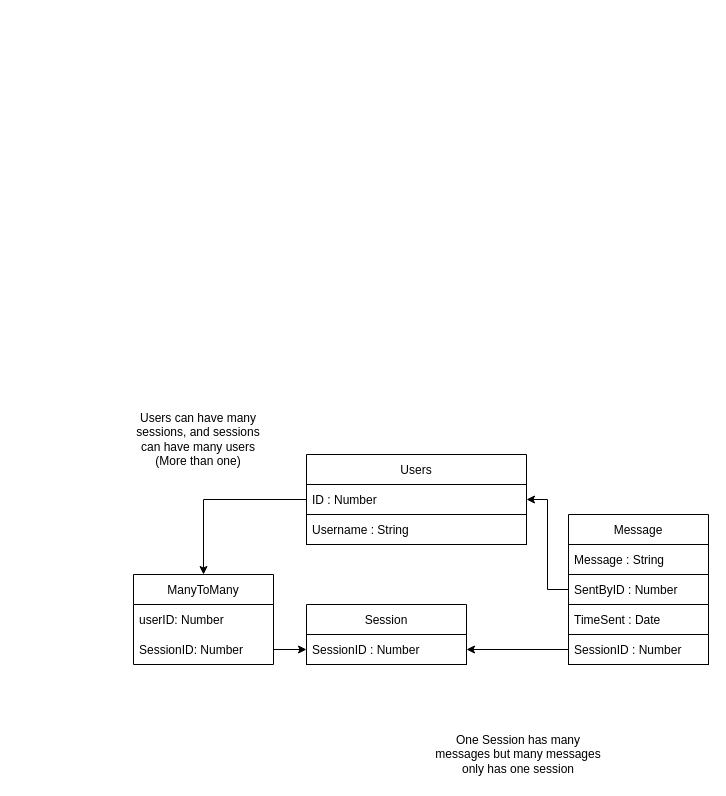
The draw.io diagram ChatEngine-API/planner.drawio in DavidDawood/ChatEngine-API, before the edit. Source tidied: cells renumbered, new cells numbered last; positions are measured from the earlier drawing's top-left corner, leaving out a move shared by most shapes. Both pictures are drawn from the tidied source at 100%, with x=0, y=0 at pixel (133, 424).
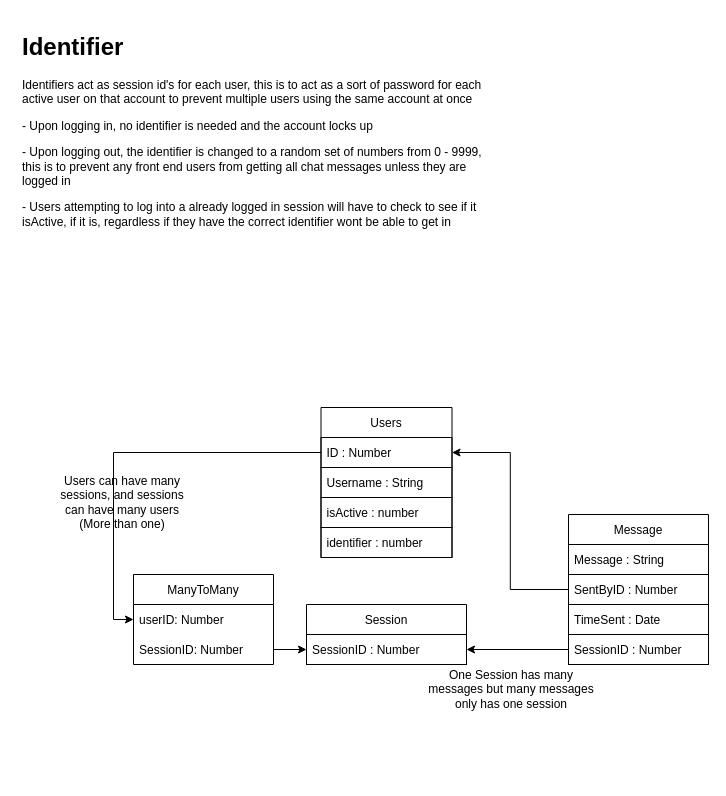
Above is the later version.

The change refers to these unchanged cells:
```xml
<mxCell id="7" value="SentByID : Number" style="text;strokeColor=default;fillColor=none;align=left;verticalAlign=middle;spacingLeft=4;spacingRight=4;overflow=hidden;points=[[0,0.5],[1,0.5]];portConstraint=eastwest;" parent="5" vertex="1">
  <mxGeometry y="60" width="140" height="30" as="geometry" />
</mxCell>
<mxCell id="13" value="ManyToMany" style="swimlane;fontStyle=0;horizontal=1;startSize=30;" parent="1" vertex="1">
  <mxGeometry y="150" width="140" height="90" as="geometry" />
</mxCell>
<mxCell id="14" value="userID: Number" style="text;strokeColor=none;fillColor=none;align=left;verticalAlign=middle;spacingLeft=4;spacingRight=4;overflow=hidden;points=[[0,0.5],[1,0.5]];portConstraint=eastwest;" parent="13" vertex="1">
  <mxGeometry y="30" width="140" height="30" as="geometry" />
</mxCell>
```

Change to the diagram source:
```diff
@@
     <mxCell id="2" value="Users" style="swimlane;fontStyle=0;horizontal=1;startSize=30;strokeColor=default;" parent="1" vertex="1">
-      <mxGeometry x="173" y="30" width="220" height="90" as="geometry" />
+      <mxGeometry x="187.5" y="-17" width="131" height="150" as="geometry" />
     </mxCell>
     <mxCell id="3" value="ID : Number" style="text;strokeColor=default;fillColor=none;align=left;verticalAlign=middle;spacingLeft=4;spacingRight=4;overflow=hidden;points=[[0,0.5],[1,0.5]];portConstraint=eastwest;" parent="2" vertex="1">
-      <mxGeometry y="30" width="220" height="30" as="geometry" />
+      <mxGeometry y="30" width="131" height="30" as="geometry" />
     </mxCell>
     <mxCell id="4" value="Username : String" style="text;strokeColor=default;fillColor=none;align=left;verticalAlign=middle;spacingLeft=4;spacingRight=4;overflow=hidden;" parent="2" vertex="1">
-      <mxGeometry y="60" width="220" height="30" as="geometry" />
+      <mxGeometry y="60" width="131" height="30" as="geometry" />
     </mxCell>
+    <mxCell id="21" value="isActive : number" style="text;strokeColor=default;fillColor=none;align=left;verticalAlign=middle;spacingLeft=4;spacingRight=4;overflow=hidden;" parent="2" vertex="1">
+      <mxGeometry y="90" width="131" height="30" as="geometry" />
+    </mxCell>
+    <mxCell id="22" value="identifier : number" style="text;strokeColor=default;fillColor=none;align=left;verticalAlign=middle;spacingLeft=4;spacingRight=4;overflow=hidden;" parent="2" vertex="1">
+      <mxGeometry y="120" width="131" height="30" as="geometry" />
+    </mxCell>
@@
-    <mxCell id="12" style="edgeStyle=orthogonalEdgeStyle;rounded=0;jettySize=auto;html=1;exitX=0;exitY=0.5;exitDx=0;exitDy=0;entryX=1;entryY=0.5;entryDx=0;entryDy=0;" parent="1" edge="1" source="7" target="3">
-      <mxGeometry relative="1" as="geometry" />
-    </mxCell>
@@
-    <mxCell id="16" style="edgeStyle=orthogonalEdgeStyle;rounded=0;jettySize=auto;html=1;exitX=0;exitY=0.5;exitDx=0;exitDy=0;entryX=0.5;entryY=0;entryDx=0;entryDy=0;" parent="1" edge="1" source="3" target="13">
-      <mxGeometry relative="1" as="geometry" />
-    </mxCell>
@@
     <mxCell id="19" value="Users can have many sessions, and sessions can have many users (More than one)" style="text;html=1;strokeColor=none;fillColor=none;align=center;verticalAlign=middle;whiteSpace=wrap;rounded=0;" parent="1" vertex="1">
-      <mxGeometry width="130" height="30" as="geometry" />
+      <mxGeometry x="-76" y="63" width="130" height="30" as="geometry" />
     </mxCell>
     <mxCell id="20" value="One Session has many messages but many messages only has one session" style="text;html=1;strokeColor=none;fillColor=none;align=center;verticalAlign=middle;whiteSpace=wrap;rounded=0;" parent="1" vertex="1">
-      <mxGeometry x="295" y="305" width="180" height="50" as="geometry" />
+      <mxGeometry x="288" y="240" width="180" height="50" as="geometry" />
     </mxCell>
+    <mxCell id="12" style="edgeStyle=orthogonalEdgeStyle;rounded=0;jettySize=auto;html=1;exitX=0;exitY=0.5;exitDx=0;exitDy=0;entryX=1;entryY=0.5;entryDx=0;entryDy=0;" parent="1" edge="1" source="7" target="3">
+      <mxGeometry relative="1" as="geometry" />
+    </mxCell>
+    <mxCell id="23" style="edgeStyle=orthogonalEdgeStyle;rounded=0;jettySize=auto;html=1;exitX=0;exitY=0.5;exitDx=0;exitDy=0;entryX=0;entryY=0.5;entryDx=0;entryDy=0;" parent="1" edge="1" source="3" target="14">
+      <mxGeometry relative="1" as="geometry" />
+    </mxCell>
+    <mxCell id="24" value="&lt;h1&gt;Identifier&lt;/h1&gt;&lt;p&gt;Identifiers act as session id's for each user, this is to act as a sort of password for each active user on that account to prevent multiple users using the same account at once&lt;/p&gt;&lt;p&gt;- Upon logging in, no identifier is needed and the account locks up&lt;/p&gt;&lt;p&gt;- Upon logging out, the identifier is changed to a random set of numbers from 0 - 9999, this is to prevent any front end users from getting all chat messages unless they are logged in&lt;/p&gt;&lt;p&gt;- Users attempting to log into a already logged in session will have to check to see if it isActive, if it is, regardless if they have the correct identifier wont be able to get in&lt;/p&gt;" style="text;html=1;strokeColor=none;fillColor=none;spacing=5;spacingTop=-20;whiteSpace=wrap;overflow=hidden;rounded=0;" parent="1" vertex="1">
+      <mxGeometry x="-116" y="-397" width="470" height="330" as="geometry" />
+    </mxCell>
```
